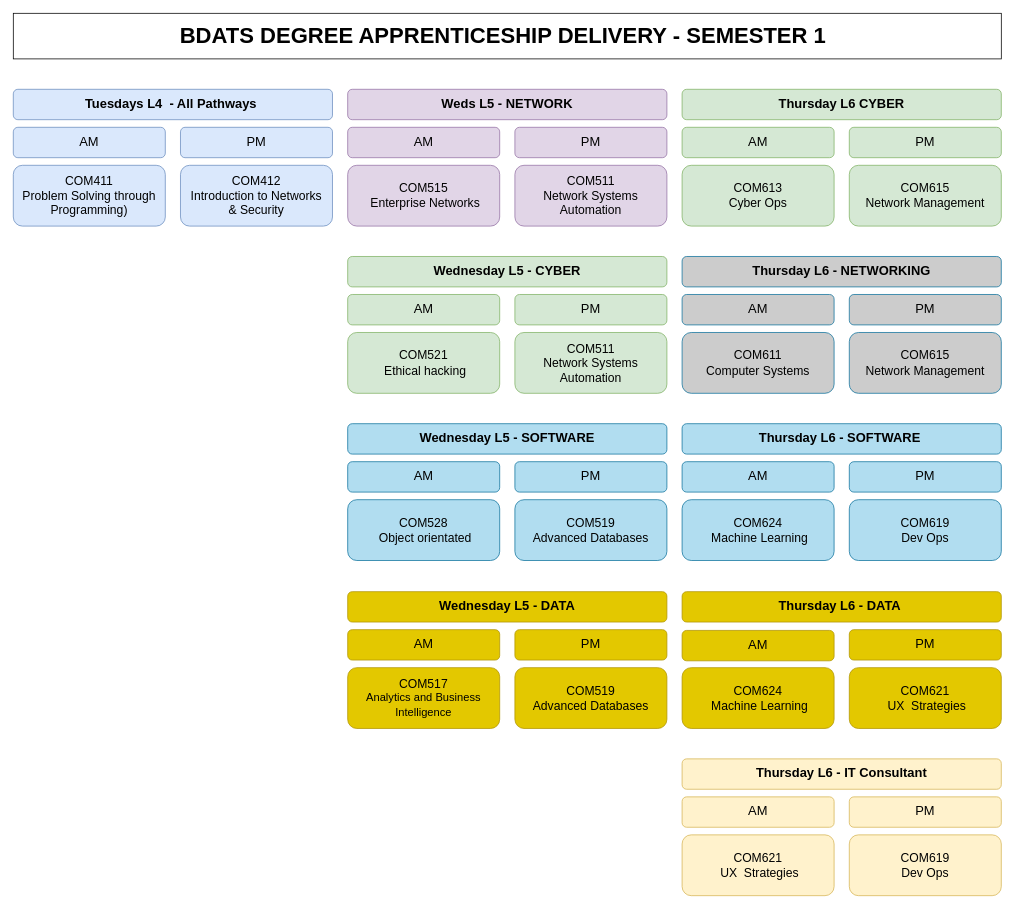
Before: page "BDATS - SEM 1" (1 of 3) of BDATS_SEM_1_2023-24.drawio in martinsolent/solent_diagrams, a draw.io diagram. Source tidied: cells renumbered, new cells numbered last; positions are measured from the earlier drawing's top-left corner, leaving out a move shared by most shapes. Both pictures are drawn from the tidied source at 76%, with x=0, y=0 at pixel (13, 13).
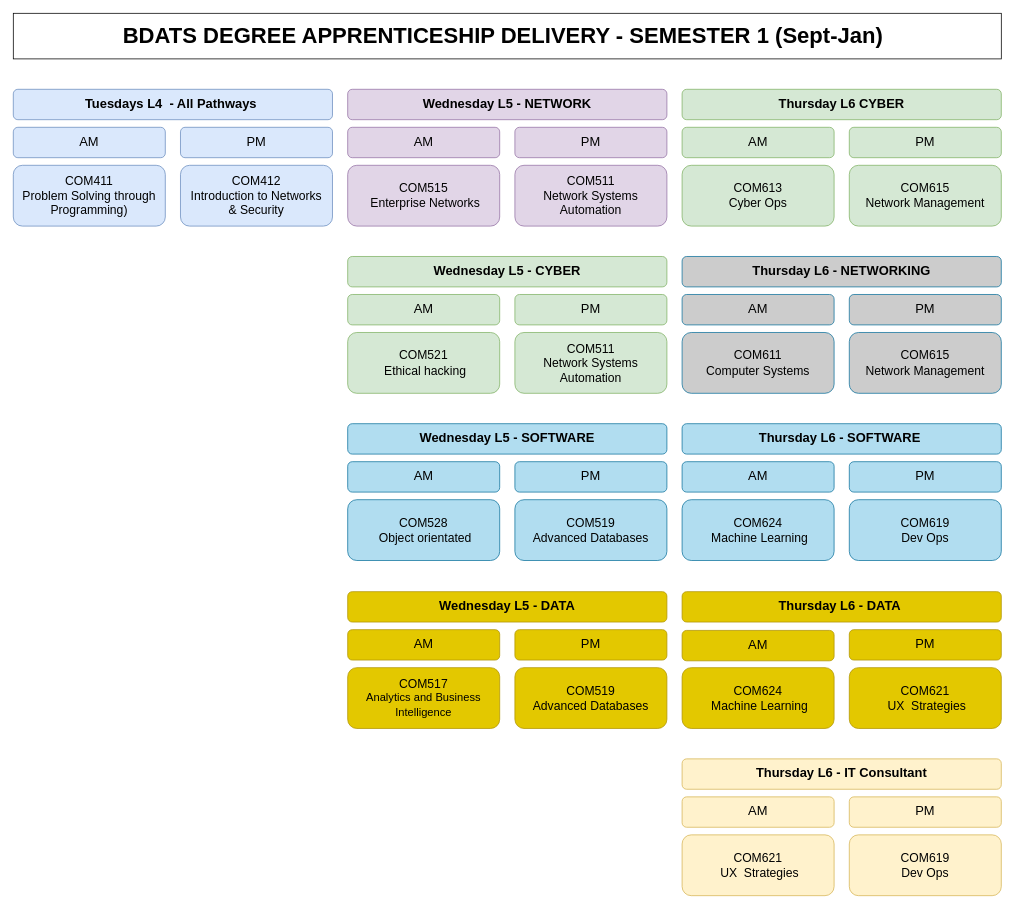
After the change.

The edit, as a diff of the source:
```diff
@@
-    <mxCell id="7" value="&lt;font style=&quot;font-size: 17px;&quot;&gt;&lt;b&gt;Weds L5 - NETWORK&lt;/b&gt;&lt;/font&gt;" style="rounded=1;whiteSpace=wrap;html=1;fillColor=#e1d5e7;strokeColor=#9673a6;" parent="1" vertex="1">
+    <mxCell id="7" value="&lt;font style=&quot;font-size: 17px;&quot;&gt;&lt;b&gt;Wednesday L5 - NETWORK&lt;/b&gt;&lt;/font&gt;" style="rounded=1;whiteSpace=wrap;html=1;fillColor=#e1d5e7;strokeColor=#9673a6;" parent="1" vertex="1">
       <mxGeometry x="440" y="100" width="420" height="40" as="geometry" />
     </mxCell>
@@
-    <mxCell id="53" value="BDATS DEGREE APPRENTICESHIP DELIVERY - SEMESTER 1" style="text;html=1;align=center;verticalAlign=middle;strokeColor=none;fillColor=none;fontSize=29;fontStyle=1;" parent="1" vertex="1">
-      <mxGeometry x="209" y="5" width="870" height="50" as="geometry" />
+    <mxCell id="53" value="BDATS DEGREE APPRENTICESHIP DELIVERY - SEMESTER 1 (Sept-Jan)" style="text;html=1;align=center;verticalAlign=middle;strokeColor=none;fillColor=none;fontSize=29;fontStyle=1;" parent="1" vertex="1">
+      <mxGeometry x="134" y="5" width="1020" height="50" as="geometry" />
     </mxCell>
```
